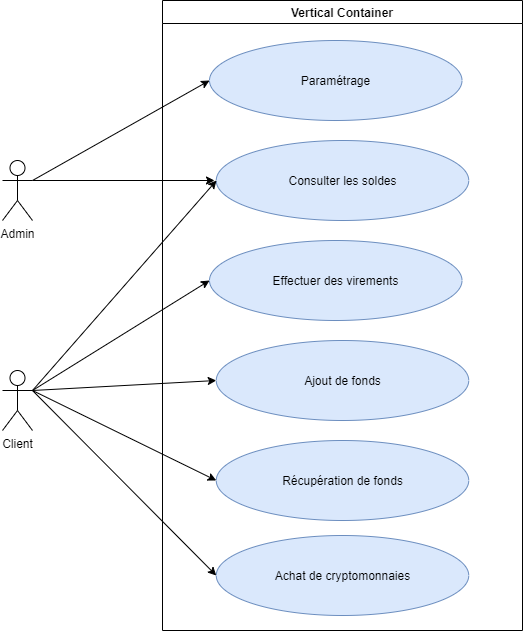
SIO2-group/FulBank keeps this draw.io diagram as diagrams/Use Case.png. Above is the earlier version. Source tidied: cells renumbered, new cells last; positions are measured from the earlier drawing's top-left corner, leaving out a move shared by most shapes. Source of this version:
```xml
<mxGraphModel>
  <root>
    <mxCell id="0" />
    <mxCell id="1" parent="0" />
    <mxCell id="2" value="Client" style="shape=umlActor;verticalLabelPosition=bottom;verticalAlign=top;html=1;outlineConnect=0;" parent="1" vertex="1">
      <mxGeometry y="370" width="30" height="60" as="geometry" />
    </mxCell>
    <mxCell id="3" value="Vertical Container" style="swimlane;" parent="1" vertex="1">
      <mxGeometry x="160" width="360" height="630" as="geometry" />
    </mxCell>
    <mxCell id="4" value="Achat de cryptomonnaies" style="ellipse;whiteSpace=wrap;html=1;fillColor=#dae8fc;strokeColor=#6c8ebf;" parent="3" vertex="1">
      <mxGeometry x="53.8" y="535" width="252.5" height="80" as="geometry" />
    </mxCell>
    <mxCell id="5" value="Ajout de fonds" style="ellipse;whiteSpace=wrap;html=1;fillColor=#dae8fc;strokeColor=#6c8ebf;" parent="3" vertex="1">
      <mxGeometry x="53.8" y="340" width="252.5" height="80" as="geometry" />
    </mxCell>
    <mxCell id="6" value="Récupération de fonds" style="ellipse;whiteSpace=wrap;html=1;fillColor=#dae8fc;strokeColor=#6c8ebf;" parent="3" vertex="1">
      <mxGeometry x="53.8" y="440" width="252.5" height="80" as="geometry" />
    </mxCell>
    <mxCell id="7" value="Effectuer des virements" style="ellipse;whiteSpace=wrap;html=1;fillColor=#dae8fc;strokeColor=#6c8ebf;" parent="3" vertex="1">
      <mxGeometry x="47" y="240" width="252.5" height="80" as="geometry" />
    </mxCell>
    <mxCell id="8" value="Consulter les soldes" style="ellipse;whiteSpace=wrap;html=1;fillColor=#dae8fc;strokeColor=#6c8ebf;" parent="3" vertex="1">
      <mxGeometry x="53.8" y="140" width="252.5" height="80" as="geometry" />
    </mxCell>
    <mxCell id="9" value="Paramétrage" style="ellipse;whiteSpace=wrap;html=1;fillColor=#dae8fc;strokeColor=#6c8ebf;" parent="3" vertex="1">
      <mxGeometry x="47" y="40" width="252.5" height="80" as="geometry" />
    </mxCell>
    <mxCell id="10" style="endArrow=classic;html=1;exitX=1;exitY=0.3333333333333333;exitDx=0;exitDy=0;exitPerimeter=0;" parent="1" edge="1" source="2">
      <mxGeometry relative="1" as="geometry">
        <mxPoint x="214" y="180" as="targetPoint" />
      </mxGeometry>
    </mxCell>
    <mxCell id="11" style="endArrow=classic;html=1;exitX=1;exitY=0.3333333333333333;exitDx=0;exitDy=0;exitPerimeter=0;entryX=0;entryY=0.5;entryDx=0;entryDy=0;" parent="1" edge="1" source="2" target="7">
      <mxGeometry relative="1" as="geometry" />
    </mxCell>
    <mxCell id="12" style="endArrow=classic;html=1;entryX=0;entryY=0.5;entryDx=0;entryDy=0;" parent="1" edge="1" target="5">
      <mxGeometry relative="1" as="geometry">
        <mxPoint x="30" y="390" as="sourcePoint" />
      </mxGeometry>
    </mxCell>
    <mxCell id="13" style="endArrow=classic;html=1;entryX=0;entryY=0.5;entryDx=0;entryDy=0;exitX=1;exitY=0.3333333333333333;exitDx=0;exitDy=0;exitPerimeter=0;" parent="1" edge="1" source="2" target="6">
      <mxGeometry relative="1" as="geometry" />
    </mxCell>
    <mxCell id="14" style="endArrow=classic;html=1;exitX=1;exitY=0.3333333333333333;exitDx=0;exitDy=0;exitPerimeter=0;entryX=0;entryY=0.5;entryDx=0;entryDy=0;" parent="1" edge="1" source="2" target="4">
      <mxGeometry relative="1" as="geometry" />
    </mxCell>
    <mxCell id="15" value="Admin" style="shape=umlActor;verticalLabelPosition=bottom;verticalAlign=top;html=1;outlineConnect=0;" parent="1" vertex="1">
      <mxGeometry y="160" width="30" height="60" as="geometry" />
    </mxCell>
    <mxCell id="16" style="endArrow=classic;html=1;entryX=0;entryY=0.5;entryDx=0;entryDy=0;exitX=1;exitY=0.3333333333333333;exitDx=0;exitDy=0;exitPerimeter=0;" parent="1" edge="1" source="15" target="9">
      <mxGeometry relative="1" as="geometry" />
    </mxCell>
    <mxCell id="17" style="endArrow=classic;html=1;exitX=1;exitY=0.3333333333333333;exitDx=0;exitDy=0;exitPerimeter=0;" parent="1" edge="1" source="15">
      <mxGeometry relative="1" as="geometry">
        <mxPoint x="212" y="180" as="targetPoint" />
      </mxGeometry>
    </mxCell>
  </root>
</mxGraphModel>
```
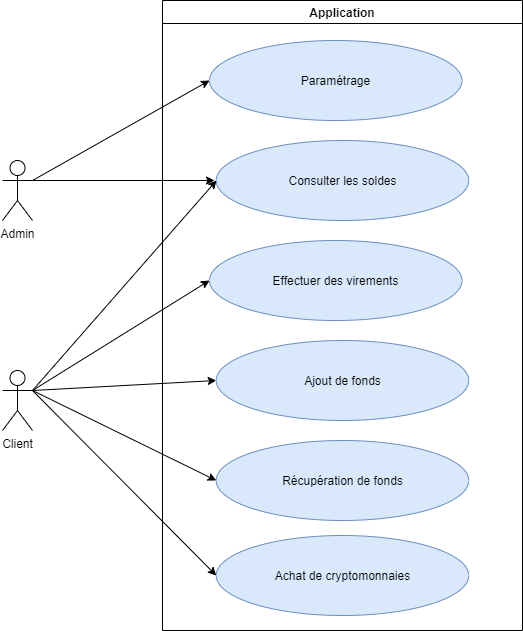
Above is the later version.

Commit message:
🚚 rename use case

Change to the diagram source:
```diff
@@ -5,7 +5,7 @@
     <mxCell id="2" value="Client" style="shape=umlActor;verticalLabelPosition=bottom;verticalAlign=top;html=1;outlineConnect=0;" parent="1" vertex="1">
       <mxGeometry y="370" width="30" height="60" as="geometry" />
     </mxCell>
-    <mxCell id="3" value="Vertical Container" style="swimlane;" parent="1" vertex="1">
+    <mxCell id="3" value="Application" style="swimlane;" parent="1" vertex="1">
       <mxGeometry x="160" width="360" height="630" as="geometry" />
     </mxCell>
     <mxCell id="4" value="Achat de cryptomonnaies" style="ellipse;whiteSpace=wrap;html=1;fillColor=#dae8fc;strokeColor=#6c8ebf;" parent="3" vertex="1">
```
